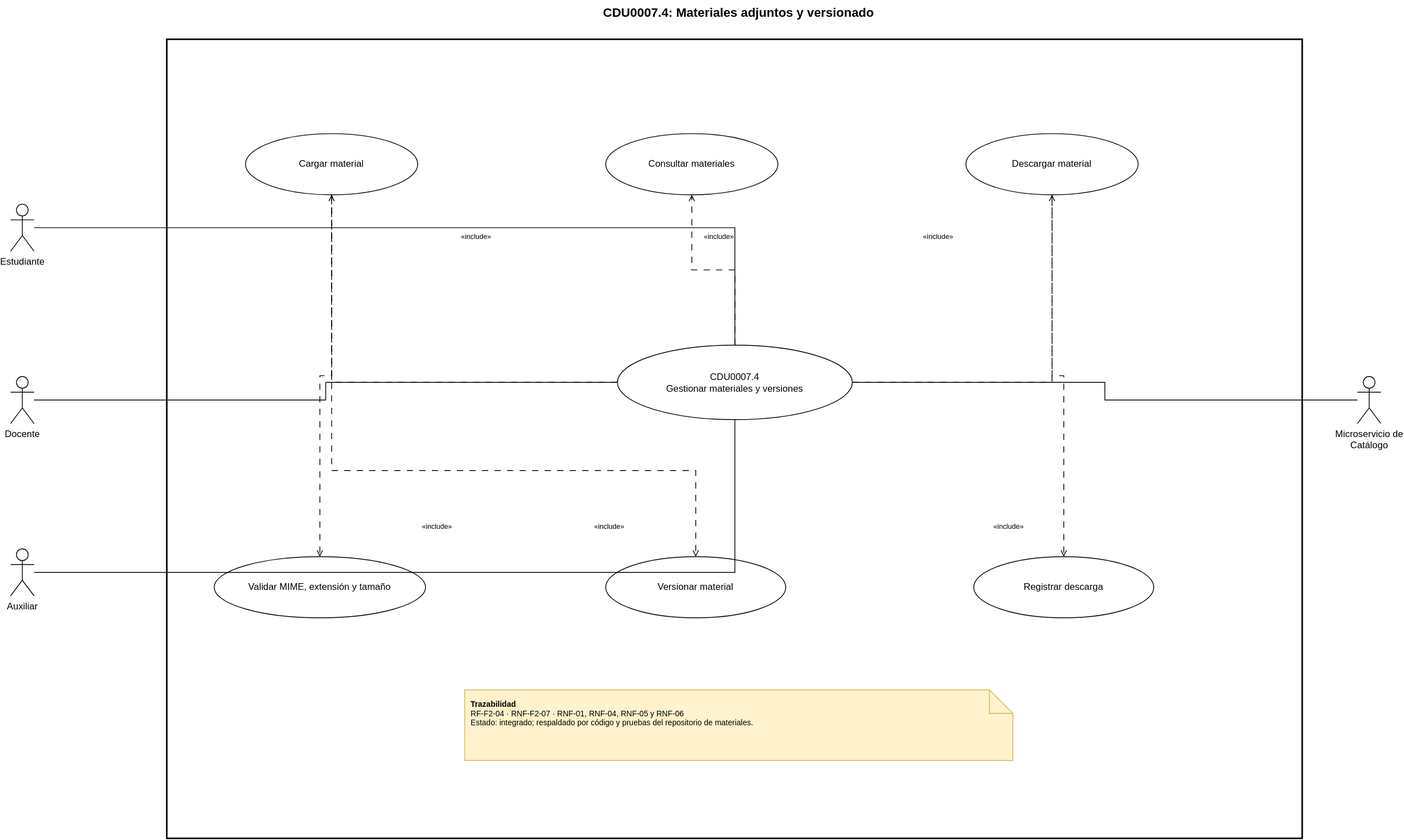
Earlier version of the draw.io export Documentacion/CDU/CDU_Expandido_CDU31_202307691.drawio.svg (thanya-gate/SA_PROYECTO_202307691). Source tidied: cells renumbered, new cells last; positions are measured from the earlier drawing's top-left corner, leaving out a move shared by most shapes. The source it was exported from:
```xml
<mxGraphModel>
  <root>
    <mxCell id="0" />
    <mxCell id="1" parent="0" />
    <mxCell id="2" style="rounded=0;whiteSpace=wrap;html=1;fillColor=none;strokeWidth=2;" parent="1" vertex="1">
      <mxGeometry x="200" y="50" width="1450" height="1020" as="geometry" />
    </mxCell>
    <mxCell id="3" value="CDU0007.4: Materiales adjuntos y versionado" style="text;html=1;whiteSpace=wrap;strokeColor=none;fillColor=none;align=center;verticalAlign=middle;fontStyle=1;fontSize=16;" parent="1" vertex="1">
      <mxGeometry x="520" width="820" height="30" as="geometry" />
    </mxCell>
    <mxCell id="4" value="Estudiante" style="shape=umlActor;verticalLabelPosition=bottom;verticalAlign=top;html=1;" parent="1" vertex="1">
      <mxGeometry y="260" width="30" height="60" as="geometry" />
    </mxCell>
    <mxCell id="5" value="Docente" style="shape=umlActor;verticalLabelPosition=bottom;verticalAlign=top;html=1;" parent="1" vertex="1">
      <mxGeometry y="480" width="30" height="60" as="geometry" />
    </mxCell>
    <mxCell id="6" value="Auxiliar" style="shape=umlActor;verticalLabelPosition=bottom;verticalAlign=top;html=1;" parent="1" vertex="1">
      <mxGeometry y="700" width="30" height="60" as="geometry" />
    </mxCell>
    <mxCell id="7" value="Microservicio de&lt;div&gt;Catálogo&lt;/div&gt;" style="shape=umlActor;verticalLabelPosition=bottom;verticalAlign=top;html=1;" parent="1" vertex="1">
      <mxGeometry x="1720" y="480" width="30" height="60" as="geometry" />
    </mxCell>
    <mxCell id="8" value="&lt;div&gt;CDU0007.4&lt;/div&gt;&lt;div&gt;Gestionar materiales y versiones&lt;/div&gt;" style="ellipse;whiteSpace=wrap;html=1;" parent="1" vertex="1">
      <mxGeometry x="775" y="440" width="300" height="95" as="geometry" />
    </mxCell>
    <mxCell id="9" value="&lt;div&gt;Cargar material&lt;/div&gt;" style="ellipse;whiteSpace=wrap;html=1;" parent="1" vertex="1">
      <mxGeometry x="300" y="170" width="220" height="78" as="geometry" />
    </mxCell>
    <mxCell id="10" value="&lt;div&gt;Consultar materiales&lt;/div&gt;" style="ellipse;whiteSpace=wrap;html=1;" parent="1" vertex="1">
      <mxGeometry x="760" y="170" width="220" height="78" as="geometry" />
    </mxCell>
    <mxCell id="11" value="&lt;div&gt;Descargar material&lt;/div&gt;" style="ellipse;whiteSpace=wrap;html=1;" parent="1" vertex="1">
      <mxGeometry x="1220" y="170" width="220" height="78" as="geometry" />
    </mxCell>
    <mxCell id="12" value="&lt;div&gt;Validar MIME, extensión y tamaño&lt;/div&gt;" style="ellipse;whiteSpace=wrap;html=1;" parent="1" vertex="1">
      <mxGeometry x="260" y="710" width="270" height="78" as="geometry" />
    </mxCell>
    <mxCell id="13" value="&lt;div&gt;Versionar material&lt;/div&gt;" style="ellipse;whiteSpace=wrap;html=1;" parent="1" vertex="1">
      <mxGeometry x="760" y="710" width="230" height="78" as="geometry" />
    </mxCell>
    <mxCell id="14" value="&lt;div&gt;Registrar descarga&lt;/div&gt;" style="ellipse;whiteSpace=wrap;html=1;" parent="1" vertex="1">
      <mxGeometry x="1230" y="710" width="230" height="78" as="geometry" />
    </mxCell>
    <mxCell id="15" value="&lt;b&gt;Trazabilidad&lt;/b&gt;&lt;br&gt;RF-F2-04 · RNF-F2-07 · RNF-01, RNF-04, RNF-05 y RNF-06&lt;br&gt;Estado: integrado; respaldado por código y pruebas del repositorio de materiales." style="shape=note;whiteSpace=wrap;html=1;fillColor=#fff2cc;strokeColor=#d6b656;align=left;verticalAlign=top;spacing=8;fontSize=10;" parent="1" vertex="1">
      <mxGeometry x="580" y="880" width="700" height="90" as="geometry" />
    </mxCell>
    <mxCell id="16" style="edgeStyle=orthogonalEdgeStyle;rounded=0;jettySize=auto;html=1;endArrow=none;" parent="1" edge="1" source="4" target="8">
      <mxGeometry relative="1" as="geometry" />
    </mxCell>
    <mxCell id="17" style="edgeStyle=orthogonalEdgeStyle;rounded=0;jettySize=auto;html=1;endArrow=none;" parent="1" edge="1" source="5" target="8">
      <mxGeometry relative="1" as="geometry" />
    </mxCell>
    <mxCell id="18" style="edgeStyle=orthogonalEdgeStyle;rounded=0;jettySize=auto;html=1;endArrow=none;" parent="1" edge="1" source="6" target="8">
      <mxGeometry relative="1" as="geometry" />
    </mxCell>
    <mxCell id="19" style="edgeStyle=orthogonalEdgeStyle;rounded=0;jettySize=auto;html=1;endArrow=none;" parent="1" edge="1" source="7" target="8">
      <mxGeometry relative="1" as="geometry" />
    </mxCell>
    <mxCell id="20" style="edgeStyle=orthogonalEdgeStyle;rounded=0;jettySize=auto;html=1;dashed=1;dashPattern=8 8;endArrow=open;endFill=0;" parent="1" edge="1" source="8" target="9">
      <mxGeometry relative="1" as="geometry" />
    </mxCell>
    <mxCell id="21" value="«include»" style="text;html=1;whiteSpace=wrap;strokeColor=none;fillColor=none;align=center;verticalAlign=middle;fontSize=9;" parent="1" vertex="1">
      <mxGeometry x="560" y="290" width="70" height="24" as="geometry" />
    </mxCell>
    <mxCell id="22" style="edgeStyle=orthogonalEdgeStyle;rounded=0;jettySize=auto;html=1;dashed=1;dashPattern=8 8;endArrow=open;endFill=0;" parent="1" edge="1" source="8" target="10">
      <mxGeometry relative="1" as="geometry" />
    </mxCell>
    <mxCell id="23" value="«include»" style="text;html=1;whiteSpace=wrap;strokeColor=none;fillColor=none;align=center;verticalAlign=middle;fontSize=9;" parent="1" vertex="1">
      <mxGeometry x="870" y="290" width="70" height="24" as="geometry" />
    </mxCell>
    <mxCell id="24" style="edgeStyle=orthogonalEdgeStyle;rounded=0;jettySize=auto;html=1;dashed=1;dashPattern=8 8;endArrow=open;endFill=0;" parent="1" edge="1" source="8" target="11">
      <mxGeometry relative="1" as="geometry" />
    </mxCell>
    <mxCell id="25" value="«include»" style="text;html=1;whiteSpace=wrap;strokeColor=none;fillColor=none;align=center;verticalAlign=middle;fontSize=9;" parent="1" vertex="1">
      <mxGeometry x="1150" y="290" width="70" height="24" as="geometry" />
    </mxCell>
    <mxCell id="26" style="edgeStyle=orthogonalEdgeStyle;rounded=0;jettySize=auto;html=1;dashed=1;dashPattern=8 8;endArrow=open;endFill=0;" parent="1" edge="1" source="9" target="12">
      <mxGeometry relative="1" as="geometry" />
    </mxCell>
    <mxCell id="27" value="«include»" style="text;html=1;whiteSpace=wrap;strokeColor=none;fillColor=none;align=center;verticalAlign=middle;fontSize=9;" parent="1" vertex="1">
      <mxGeometry x="510" y="660" width="70" height="24" as="geometry" />
    </mxCell>
    <mxCell id="28" style="edgeStyle=orthogonalEdgeStyle;rounded=0;jettySize=auto;html=1;dashed=1;dashPattern=8 8;endArrow=open;endFill=0;exitX=0.5;exitY=1;entryX=0.5;entryY=0;" parent="1" edge="1" source="9" target="13">
      <mxGeometry relative="1" as="geometry">
        <Array as="points">
          <mxPoint x="410" y="600" />
          <mxPoint x="875" y="600" />
        </Array>
      </mxGeometry>
    </mxCell>
    <mxCell id="29" value="«include»" style="text;html=1;whiteSpace=wrap;strokeColor=none;fillColor=none;align=center;verticalAlign=middle;fontSize=9;" parent="1" vertex="1">
      <mxGeometry x="730" y="660" width="70" height="24" as="geometry" />
    </mxCell>
    <mxCell id="30" style="edgeStyle=orthogonalEdgeStyle;rounded=0;jettySize=auto;html=1;dashed=1;dashPattern=8 8;endArrow=open;endFill=0;" parent="1" edge="1" source="11" target="14">
      <mxGeometry relative="1" as="geometry" />
    </mxCell>
    <mxCell id="31" value="«include»" style="text;html=1;whiteSpace=wrap;strokeColor=none;fillColor=none;align=center;verticalAlign=middle;fontSize=9;" parent="1" vertex="1">
      <mxGeometry x="1240" y="660" width="70" height="24" as="geometry" />
    </mxCell>
  </root>
</mxGraphModel>
```
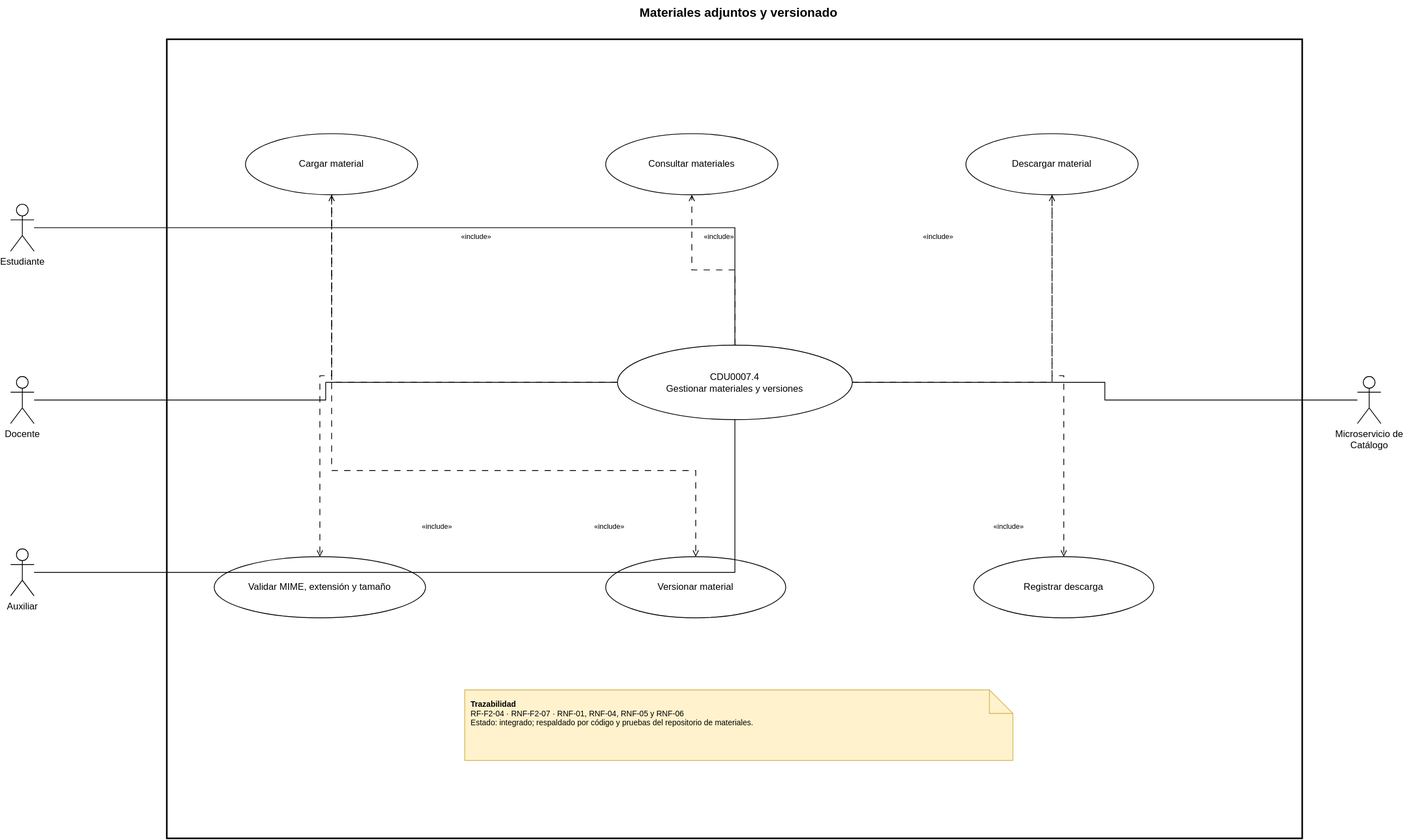
Later version of the same file.

What changed in the source:
```diff
@@ -5,7 +5,7 @@
     <mxCell id="2" style="rounded=0;whiteSpace=wrap;html=1;fillColor=none;strokeWidth=2;" parent="1" vertex="1">
       <mxGeometry x="200" y="50" width="1450" height="1020" as="geometry" />
     </mxCell>
-    <mxCell id="3" value="CDU0007.4: Materiales adjuntos y versionado" style="text;html=1;whiteSpace=wrap;strokeColor=none;fillColor=none;align=center;verticalAlign=middle;fontStyle=1;fontSize=16;" parent="1" vertex="1">
+    <mxCell id="3" value="Materiales adjuntos y versionado" style="text;html=1;whiteSpace=wrap;strokeColor=none;fillColor=none;align=center;verticalAlign=middle;fontStyle=1;fontSize=16;" parent="1" vertex="1">
       <mxGeometry x="520" width="820" height="30" as="geometry" />
     </mxCell>
     <mxCell id="4" value="Estudiante" style="shape=umlActor;verticalLabelPosition=bottom;verticalAlign=top;html=1;" parent="1" vertex="1">
```
